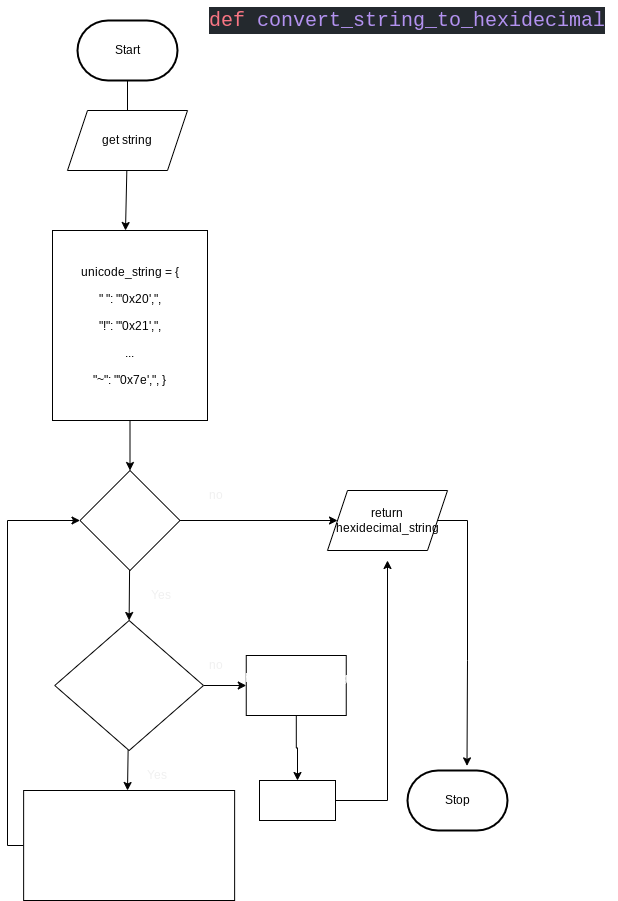
Above: design/flowchart.png in Emmanuel-Fofeyin/ICS3U-Unit6-06-Python (draw.io), before the change. Source tidied: cells renumbered, new cells last; positions are measured from the earlier drawing's top-left corner, leaving out a move shared by most shapes. Its diagram source:
```xml
<mxGraphModel>
  <root>
    <mxCell id="0" />
    <mxCell id="1" parent="0" />
    <mxCell id="2" style="edgeStyle=none;html=1;" parent="1" edge="1" source="3">
      <mxGeometry relative="1" as="geometry">
        <mxPoint x="120" y="130" as="targetPoint" />
      </mxGeometry>
    </mxCell>
    <mxCell id="3" value="Start" style="strokeWidth=2;html=1;shape=mxgraph.flowchart.terminator;whiteSpace=wrap;" parent="1" vertex="1">
      <mxGeometry x="70" y="20" width="100" height="60" as="geometry" />
    </mxCell>
    <mxCell id="4" style="edgeStyle=none;html=1;" parent="1" edge="1" source="5">
      <mxGeometry relative="1" as="geometry">
        <mxPoint x="118" y="230" as="targetPoint" />
      </mxGeometry>
    </mxCell>
    <mxCell id="5" value="get string" style="shape=parallelogram;perimeter=parallelogramPerimeter;whiteSpace=wrap;html=1;fixedSize=1;" parent="1" vertex="1">
      <mxGeometry x="60" y="110" width="120" height="60" as="geometry" />
    </mxCell>
    <mxCell id="6" value="&lt;div style=&quot;color: rgb(225 , 228 , 232) ; background-color: rgb(36 , 41 , 46) ; font-family: &amp;#34;comic mono&amp;#34; , &amp;#34;consolas&amp;#34; , &amp;#34;courier new&amp;#34; , monospace , &amp;#34;consolas&amp;#34; , &amp;#34;courier new&amp;#34; , monospace ; font-weight: normal ; font-size: 20px ; line-height: 27px&quot;&gt;&lt;div style=&quot;font-family: &amp;#34;comic mono&amp;#34; , &amp;#34;consolas&amp;#34; , &amp;#34;courier new&amp;#34; , monospace , &amp;#34;consolas&amp;#34; , &amp;#34;courier new&amp;#34; , monospace ; line-height: 27px&quot;&gt;&lt;span style=&quot;color: #f97583&quot;&gt;def&lt;/span&gt; &lt;span style=&quot;color: #b392f0&quot;&gt;convert_string_to_hexidecimal&lt;/span&gt;&lt;/div&gt;&lt;/div&gt;" style="text;whiteSpace=wrap;html=1;" parent="1" vertex="1">
      <mxGeometry x="200" width="410" height="40" as="geometry" />
    </mxCell>
    <mxCell id="7" style="edgeStyle=none;html=1;" parent="1" edge="1">
      <mxGeometry relative="1" as="geometry">
        <mxPoint x="120" y="290" as="sourcePoint" />
        <mxPoint x="120" y="330" as="targetPoint" />
      </mxGeometry>
    </mxCell>
    <mxCell id="8" style="edgeStyle=none;html=1;entryX=0.5;entryY=0;entryDx=0;entryDy=0;fontSize=12;fontColor=#F0F0F0;" parent="1" edge="1" source="9" target="12">
      <mxGeometry relative="1" as="geometry" />
    </mxCell>
    <mxCell id="9" value="&lt;div style=&quot;line-height: 27px&quot;&gt;&lt;div&gt;    unicode_string = {&lt;/div&gt;&lt;div&gt;&lt;span&gt;&quot; &quot;: &quot;'0x20',&quot;,&lt;/span&gt;&lt;/div&gt;&lt;div&gt;        &quot;!&quot;: &quot;'0x21',&quot;,&lt;/div&gt;&lt;div&gt;...&lt;/div&gt;&lt;div&gt;&lt;div style=&quot;line-height: 27px&quot;&gt;&lt;div&gt;        &quot;~&quot;: &quot;'0x7e',&quot;,&amp;nbsp;}&lt;/div&gt;&lt;/div&gt;&lt;/div&gt;&lt;/div&gt;" style="rounded=0;whiteSpace=wrap;html=1;" parent="1" vertex="1">
      <mxGeometry x="45" y="230" width="155" height="190" as="geometry" />
    </mxCell>
    <mxCell id="10" style="edgeStyle=none;html=1;fontSize=12;fontColor=#F0F0F0;entryX=0.5;entryY=0;entryDx=0;entryDy=0;" parent="1" edge="1" source="12" target="15">
      <mxGeometry relative="1" as="geometry" />
    </mxCell>
    <mxCell id="11" style="edgeStyle=orthogonalEdgeStyle;rounded=0;html=1;fontSize=12;fontColor=#F0F0F0;" parent="1" edge="1" source="12">
      <mxGeometry relative="1" as="geometry">
        <mxPoint x="330" y="520" as="targetPoint" />
      </mxGeometry>
    </mxCell>
    <mxCell id="12" value="&lt;font color=&quot;#ffffff&quot;&gt;for single_ character in string:&lt;/font&gt;" style="rhombus;whiteSpace=wrap;html=1;labelBackgroundColor=none;fontSize=12;fontColor=#F0F0F0;" parent="1" vertex="1">
      <mxGeometry x="72.5" y="470" width="100" height="100" as="geometry" />
    </mxCell>
    <mxCell id="13" style="edgeStyle=none;html=1;fontSize=12;fontColor=#F0F0F0;" parent="1" edge="1" source="15">
      <mxGeometry relative="1" as="geometry">
        <mxPoint x="120" y="790" as="targetPoint" />
      </mxGeometry>
    </mxCell>
    <mxCell id="14" style="edgeStyle=none;html=1;fontSize=12;fontColor=#F0F0F0;entryX=0;entryY=0.5;entryDx=0;entryDy=0;" parent="1" edge="1" source="15" target="25">
      <mxGeometry relative="1" as="geometry" />
    </mxCell>
    <mxCell id="15" value="&lt;font color=&quot;#ffffff&quot;&gt;if single_character in unicode_string:&lt;/font&gt;" style="rhombus;whiteSpace=wrap;html=1;labelBackgroundColor=none;fontSize=12;fontColor=#F0F0F0;" parent="1" vertex="1">
      <mxGeometry x="47.2" y="620" width="148.8" height="130" as="geometry" />
    </mxCell>
    <mxCell id="16" style="edgeStyle=orthogonalEdgeStyle;html=1;entryX=0;entryY=0.5;entryDx=0;entryDy=0;rounded=0;" parent="1" edge="1" source="17" target="12">
      <mxGeometry relative="1" as="geometry">
        <Array as="points">
          <mxPoint y="845" />
          <mxPoint y="520" />
        </Array>
      </mxGeometry>
    </mxCell>
    <mxCell id="17" value="&lt;font color=&quot;#ffffff&quot;&gt;hexidecimal_string += unicode_stringe[single_charachter]&lt;/font&gt;" style="rounded=0;whiteSpace=wrap;html=1;labelBackgroundColor=none;fontSize=12;fontColor=#F0F0F0;" parent="1" vertex="1">
      <mxGeometry x="16.1" y="790" width="211" height="110" as="geometry" />
    </mxCell>
    <mxCell id="18" value="Yes" style="text;html=1;strokeColor=none;fillColor=none;align=center;verticalAlign=middle;whiteSpace=wrap;rounded=0;labelBackgroundColor=none;fontSize=12;fontColor=#F0F0F0;" parent="1" vertex="1">
      <mxGeometry x="120" y="760" width="60" height="30" as="geometry" />
    </mxCell>
    <mxCell id="19" value="Stop" style="strokeWidth=2;html=1;shape=mxgraph.flowchart.terminator;whiteSpace=wrap;" parent="1" vertex="1">
      <mxGeometry x="400" y="770" width="100" height="60" as="geometry" />
    </mxCell>
    <mxCell id="20" value="Yes" style="text;html=1;strokeColor=none;fillColor=none;align=center;verticalAlign=middle;whiteSpace=wrap;rounded=0;labelBackgroundColor=none;fontSize=12;fontColor=#F0F0F0;" parent="1" vertex="1">
      <mxGeometry x="124" y="580" width="60" height="30" as="geometry" />
    </mxCell>
    <mxCell id="21" value="no" style="text;html=1;strokeColor=none;fillColor=none;align=center;verticalAlign=middle;whiteSpace=wrap;rounded=0;labelBackgroundColor=none;fontSize=12;fontColor=#F0F0F0;" parent="1" vertex="1">
      <mxGeometry x="178.8" y="480" width="60" height="30" as="geometry" />
    </mxCell>
    <mxCell id="22" style="edgeStyle=orthogonalEdgeStyle;rounded=0;html=1;entryX=0.595;entryY=-0.077;entryDx=0;entryDy=0;entryPerimeter=0;fontSize=12;fontColor=#F0F0F0;" parent="1" edge="1" source="23" target="19">
      <mxGeometry relative="1" as="geometry">
        <Array as="points">
          <mxPoint x="460" y="520" />
          <mxPoint x="460" y="660" />
        </Array>
      </mxGeometry>
    </mxCell>
    <mxCell id="23" value="return hexidecimal_string" style="shape=parallelogram;perimeter=parallelogramPerimeter;whiteSpace=wrap;html=1;fixedSize=1;" parent="1" vertex="1">
      <mxGeometry x="320" y="490" width="120" height="60" as="geometry" />
    </mxCell>
    <mxCell id="24" style="edgeStyle=orthogonalEdgeStyle;rounded=0;html=1;entryX=0.5;entryY=0;entryDx=0;entryDy=0;fontFamily=Helvetica;" parent="1" edge="1" source="25" target="27">
      <mxGeometry relative="1" as="geometry" />
    </mxCell>
    <mxCell id="25" value="&lt;font color=&quot;#ffffff&quot;&gt;hexidecimal_string += &quot;-1&quot;&lt;/font&gt;" style="rounded=0;whiteSpace=wrap;html=1;labelBackgroundColor=none;fontSize=12;fontColor=#F0F0F0;" parent="1" vertex="1">
      <mxGeometry x="238.8" y="655" width="100" height="60" as="geometry" />
    </mxCell>
    <mxCell id="26" style="edgeStyle=orthogonalEdgeStyle;rounded=0;html=1;" parent="1" edge="1" source="27">
      <mxGeometry relative="1" as="geometry">
        <mxPoint x="380" y="560" as="targetPoint" />
      </mxGeometry>
    </mxCell>
    <mxCell id="27" value="&lt;font color=&quot;#ffffff&quot;&gt;break&lt;/font&gt;" style="rounded=0;whiteSpace=wrap;html=1;labelBackgroundColor=none;fontSize=12;fontColor=#F0F0F0;" parent="1" vertex="1">
      <mxGeometry x="252" y="780" width="76" height="40" as="geometry" />
    </mxCell>
    <mxCell id="28" value="no" style="text;html=1;strokeColor=none;fillColor=none;align=center;verticalAlign=middle;whiteSpace=wrap;rounded=0;labelBackgroundColor=none;fontSize=12;fontColor=#F0F0F0;" parent="1" vertex="1">
      <mxGeometry x="178.8" y="650" width="60" height="30" as="geometry" />
    </mxCell>
  </root>
</mxGraphModel>
```
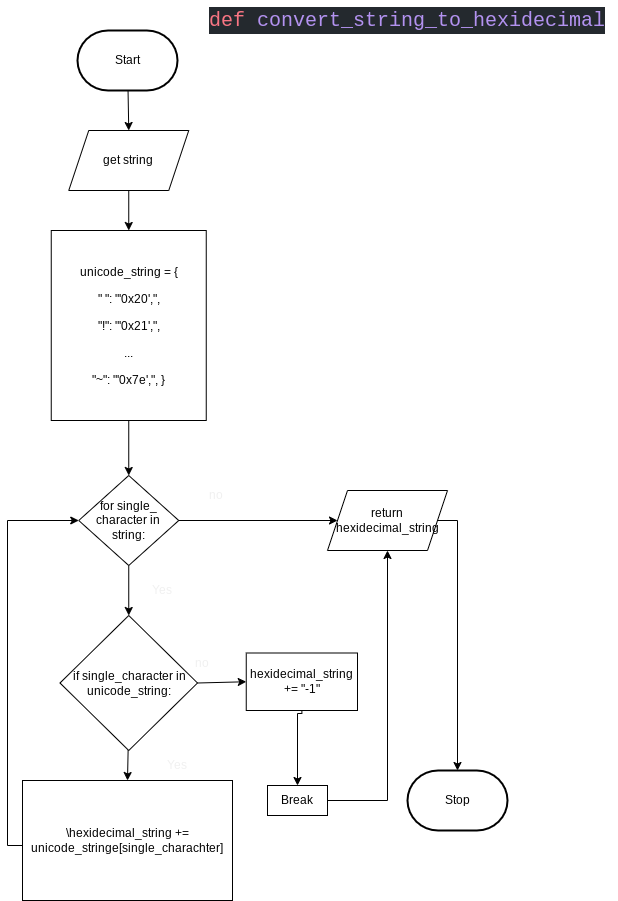
After the change.

The edit, as a diff of the source:
```diff
@@ -2,21 +2,17 @@
   <root>
     <mxCell id="0" />
     <mxCell id="1" parent="0" />
-    <mxCell id="2" style="edgeStyle=none;html=1;" parent="1" edge="1" source="3">
-      <mxGeometry relative="1" as="geometry">
-        <mxPoint x="120" y="130" as="targetPoint" />
-      </mxGeometry>
+    <mxCell id="2" style="edgeStyle=none;html=1;entryX=0.5;entryY=0;entryDx=0;entryDy=0;" parent="1" edge="1" source="3" target="5">
+      <mxGeometry relative="1" as="geometry" />
     </mxCell>
     <mxCell id="3" value="Start" style="strokeWidth=2;html=1;shape=mxgraph.flowchart.terminator;whiteSpace=wrap;" parent="1" vertex="1">
-      <mxGeometry x="70" y="20" width="100" height="60" as="geometry" />
+      <mxGeometry x="70" y="30" width="100" height="60" as="geometry" />
     </mxCell>
-    <mxCell id="4" style="edgeStyle=none;html=1;" parent="1" edge="1" source="5">
-      <mxGeometry relative="1" as="geometry">
-        <mxPoint x="118" y="230" as="targetPoint" />
-      </mxGeometry>
+    <mxCell id="4" style="edgeStyle=none;html=1;entryX=0.5;entryY=0;entryDx=0;entryDy=0;" parent="1" edge="1" source="5" target="9">
+      <mxGeometry relative="1" as="geometry" />
     </mxCell>
     <mxCell id="5" value="get string" style="shape=parallelogram;perimeter=parallelogramPerimeter;whiteSpace=wrap;html=1;fixedSize=1;" parent="1" vertex="1">
-      <mxGeometry x="60" y="110" width="120" height="60" as="geometry" />
+      <mxGeometry x="61.2" y="130" width="120" height="60" as="geometry" />
     </mxCell>
     <mxCell id="6" value="&lt;div style=&quot;color: rgb(225 , 228 , 232) ; background-color: rgb(36 , 41 , 46) ; font-family: &amp;#34;comic mono&amp;#34; , &amp;#34;consolas&amp;#34; , &amp;#34;courier new&amp;#34; , monospace , &amp;#34;consolas&amp;#34; , &amp;#34;courier new&amp;#34; , monospace ; font-weight: normal ; font-size: 20px ; line-height: 27px&quot;&gt;&lt;div style=&quot;font-family: &amp;#34;comic mono&amp;#34; , &amp;#34;consolas&amp;#34; , &amp;#34;courier new&amp;#34; , monospace , &amp;#34;consolas&amp;#34; , &amp;#34;courier new&amp;#34; , monospace ; line-height: 27px&quot;&gt;&lt;span style=&quot;color: #f97583&quot;&gt;def&lt;/span&gt; &lt;span style=&quot;color: #b392f0&quot;&gt;convert_string_to_hexidecimal&lt;/span&gt;&lt;/div&gt;&lt;/div&gt;" style="text;whiteSpace=wrap;html=1;" parent="1" vertex="1">
       <mxGeometry x="200" width="410" height="40" as="geometry" />
@@ -31,80 +27,87 @@
       <mxGeometry relative="1" as="geometry" />
     </mxCell>
     <mxCell id="9" value="&lt;div style=&quot;line-height: 27px&quot;&gt;&lt;div&gt;    unicode_string = {&lt;/div&gt;&lt;div&gt;&lt;span&gt;&quot; &quot;: &quot;'0x20',&quot;,&lt;/span&gt;&lt;/div&gt;&lt;div&gt;        &quot;!&quot;: &quot;'0x21',&quot;,&lt;/div&gt;&lt;div&gt;...&lt;/div&gt;&lt;div&gt;&lt;div style=&quot;line-height: 27px&quot;&gt;&lt;div&gt;        &quot;~&quot;: &quot;'0x7e',&quot;,&amp;nbsp;}&lt;/div&gt;&lt;/div&gt;&lt;/div&gt;&lt;/div&gt;" style="rounded=0;whiteSpace=wrap;html=1;" parent="1" vertex="1">
-      <mxGeometry x="45" y="230" width="155" height="190" as="geometry" />
+      <mxGeometry x="43.8" y="230" width="155" height="190" as="geometry" />
     </mxCell>
-    <mxCell id="10" style="edgeStyle=none;html=1;fontSize=12;fontColor=#F0F0F0;entryX=0.5;entryY=0;entryDx=0;entryDy=0;" parent="1" edge="1" source="12" target="15">
+    <mxCell id="10" style="edgeStyle=none;html=1;fontSize=12;fontColor=#F0F0F0;entryX=0.5;entryY=0;entryDx=0;entryDy=0;exitX=0.5;exitY=1;exitDx=0;exitDy=0;" parent="1" edge="1" source="12" target="15">
       <mxGeometry relative="1" as="geometry" />
     </mxCell>
-    <mxCell id="11" style="edgeStyle=orthogonalEdgeStyle;rounded=0;html=1;fontSize=12;fontColor=#F0F0F0;" parent="1" edge="1" source="12">
+    <mxCell id="11" style="edgeStyle=orthogonalEdgeStyle;rounded=0;html=1;fontSize=12;fontColor=#F0F0F0;exitX=1;exitY=0.5;exitDx=0;exitDy=0;" parent="1" edge="1" source="12">
       <mxGeometry relative="1" as="geometry">
         <mxPoint x="330" y="520" as="targetPoint" />
       </mxGeometry>
     </mxCell>
-    <mxCell id="12" value="&lt;font color=&quot;#ffffff&quot;&gt;for single_ character in string:&lt;/font&gt;" style="rhombus;whiteSpace=wrap;html=1;labelBackgroundColor=none;fontSize=12;fontColor=#F0F0F0;" parent="1" vertex="1">
-      <mxGeometry x="72.5" y="470" width="100" height="100" as="geometry" />
-    </mxCell>
-    <mxCell id="13" style="edgeStyle=none;html=1;fontSize=12;fontColor=#F0F0F0;" parent="1" edge="1" source="15">
+    <mxCell id="13" style="edgeStyle=none;html=1;fontSize=12;fontColor=#F0F0F0;entryX=0.5;entryY=0;entryDx=0;entryDy=0;" parent="1" edge="1" target="29">
       <mxGeometry relative="1" as="geometry">
-        <mxPoint x="120" y="790" as="targetPoint" />
+        <mxPoint x="120.6" y="749.1" as="sourcePoint" />
       </mxGeometry>
     </mxCell>
-    <mxCell id="14" style="edgeStyle=none;html=1;fontSize=12;fontColor=#F0F0F0;entryX=0;entryY=0.5;entryDx=0;entryDy=0;" parent="1" edge="1" source="15" target="25">
+    <mxCell id="14" style="edgeStyle=none;html=1;fontSize=12;fontColor=#F0F0F0;exitX=1;exitY=0.5;exitDx=0;exitDy=0;entryX=0;entryY=0.5;entryDx=0;entryDy=0;" parent="1" edge="1" source="15" target="25">
       <mxGeometry relative="1" as="geometry" />
     </mxCell>
-    <mxCell id="15" value="&lt;font color=&quot;#ffffff&quot;&gt;if single_character in unicode_string:&lt;/font&gt;" style="rhombus;whiteSpace=wrap;html=1;labelBackgroundColor=none;fontSize=12;fontColor=#F0F0F0;" parent="1" vertex="1">
-      <mxGeometry x="47.2" y="620" width="148.8" height="130" as="geometry" />
-    </mxCell>
-    <mxCell id="16" style="edgeStyle=orthogonalEdgeStyle;html=1;entryX=0;entryY=0.5;entryDx=0;entryDy=0;rounded=0;" parent="1" edge="1" source="17" target="12">
+    <mxCell id="16" style="edgeStyle=orthogonalEdgeStyle;html=1;entryX=0;entryY=0.5;entryDx=0;entryDy=0;rounded=0;exitX=0;exitY=0.5;exitDx=0;exitDy=0;" parent="1" edge="1" source="29" target="12">
       <mxGeometry relative="1" as="geometry">
         <Array as="points">
+          <mxPoint x="29" y="840" />
+          <mxPoint x="29" y="845" />
           <mxPoint y="845" />
           <mxPoint y="520" />
         </Array>
       </mxGeometry>
     </mxCell>
-    <mxCell id="17" value="&lt;font color=&quot;#ffffff&quot;&gt;hexidecimal_string += unicode_stringe[single_charachter]&lt;/font&gt;" style="rounded=0;whiteSpace=wrap;html=1;labelBackgroundColor=none;fontSize=12;fontColor=#F0F0F0;" parent="1" vertex="1">
-      <mxGeometry x="16.1" y="790" width="211" height="110" as="geometry" />
-    </mxCell>
     <mxCell id="18" value="Yes" style="text;html=1;strokeColor=none;fillColor=none;align=center;verticalAlign=middle;whiteSpace=wrap;rounded=0;labelBackgroundColor=none;fontSize=12;fontColor=#F0F0F0;" parent="1" vertex="1">
-      <mxGeometry x="120" y="760" width="60" height="30" as="geometry" />
+      <mxGeometry x="140" y="750" width="60" height="30" as="geometry" />
     </mxCell>
     <mxCell id="19" value="Stop" style="strokeWidth=2;html=1;shape=mxgraph.flowchart.terminator;whiteSpace=wrap;" parent="1" vertex="1">
       <mxGeometry x="400" y="770" width="100" height="60" as="geometry" />
     </mxCell>
     <mxCell id="20" value="Yes" style="text;html=1;strokeColor=none;fillColor=none;align=center;verticalAlign=middle;whiteSpace=wrap;rounded=0;labelBackgroundColor=none;fontSize=12;fontColor=#F0F0F0;" parent="1" vertex="1">
-      <mxGeometry x="124" y="580" width="60" height="30" as="geometry" />
+      <mxGeometry x="135" y="580" width="40" height="20" as="geometry" />
     </mxCell>
     <mxCell id="21" value="no" style="text;html=1;strokeColor=none;fillColor=none;align=center;verticalAlign=middle;whiteSpace=wrap;rounded=0;labelBackgroundColor=none;fontSize=12;fontColor=#F0F0F0;" parent="1" vertex="1">
       <mxGeometry x="178.8" y="480" width="60" height="30" as="geometry" />
     </mxCell>
-    <mxCell id="22" style="edgeStyle=orthogonalEdgeStyle;rounded=0;html=1;entryX=0.595;entryY=-0.077;entryDx=0;entryDy=0;entryPerimeter=0;fontSize=12;fontColor=#F0F0F0;" parent="1" edge="1" source="23" target="19">
+    <mxCell id="22" style="edgeStyle=orthogonalEdgeStyle;rounded=0;html=1;entryX=0.5;entryY=0;entryDx=0;entryDy=0;entryPerimeter=0;fontSize=12;fontColor=#F0F0F0;" parent="1" edge="1" source="23" target="19">
       <mxGeometry relative="1" as="geometry">
         <Array as="points">
-          <mxPoint x="460" y="520" />
-          <mxPoint x="460" y="660" />
+          <mxPoint x="450" y="520" />
         </Array>
       </mxGeometry>
     </mxCell>
     <mxCell id="23" value="return hexidecimal_string" style="shape=parallelogram;perimeter=parallelogramPerimeter;whiteSpace=wrap;html=1;fixedSize=1;" parent="1" vertex="1">
       <mxGeometry x="320" y="490" width="120" height="60" as="geometry" />
     </mxCell>
-    <mxCell id="24" style="edgeStyle=orthogonalEdgeStyle;rounded=0;html=1;entryX=0.5;entryY=0;entryDx=0;entryDy=0;fontFamily=Helvetica;" parent="1" edge="1" source="25" target="27">
-      <mxGeometry relative="1" as="geometry" />
+    <mxCell id="24" style="edgeStyle=orthogonalEdgeStyle;rounded=0;html=1;entryX=0.5;entryY=0;entryDx=0;entryDy=0;fontFamily=Helvetica;exitX=0.5;exitY=1;exitDx=0;exitDy=0;" parent="1" edge="1" source="25" target="30">
+      <mxGeometry relative="1" as="geometry">
+        <Array as="points">
+          <mxPoint x="290" y="713" />
+        </Array>
+      </mxGeometry>
     </mxCell>
+    <mxCell id="26" style="edgeStyle=orthogonalEdgeStyle;rounded=0;html=1;entryX=0.5;entryY=1;entryDx=0;entryDy=0;exitX=1;exitY=0.5;exitDx=0;exitDy=0;" parent="1" edge="1" source="30" target="23">
+      <mxGeometry relative="1" as="geometry">
+        <Array as="points">
+          <mxPoint x="380" y="800" />
+        </Array>
+      </mxGeometry>
+    </mxCell>
+    <mxCell id="28" value="no" style="text;html=1;strokeColor=none;fillColor=none;align=center;verticalAlign=middle;whiteSpace=wrap;rounded=0;labelBackgroundColor=none;fontSize=12;fontColor=#F0F0F0;" parent="1" vertex="1">
+      <mxGeometry x="175" y="652.5" width="38.8" height="20" as="geometry" />
+    </mxCell>
+    <mxCell id="15" value="&lt;font color=&quot;#000000&quot;&gt;if single_character in unicode_string:&lt;/font&gt;" style="rhombus;whiteSpace=wrap;html=1;fontColor=#FFFFFF;" parent="1" vertex="1">
+      <mxGeometry x="52.5" y="615" width="137.5" height="135" as="geometry" />
+    </mxCell>
+    <mxCell id="29" value="&lt;font color=&quot;#000000&quot;&gt;\hexidecimal_string += unicode_stringe[single_charachter]&lt;/font&gt;" style="rounded=0;whiteSpace=wrap;html=1;fontColor=#FFFFFF;" parent="1" vertex="1">
+      <mxGeometry x="15" y="780" width="210" height="120" as="geometry" />
+    </mxCell>
+    <mxCell id="30" value="&lt;font color=&quot;#000000&quot;&gt;Break&lt;/font&gt;" style="rounded=0;whiteSpace=wrap;html=1;fontColor=#FFFFFF;" parent="1" vertex="1">
+      <mxGeometry x="260" y="785" width="60" height="30" as="geometry" />
+    </mxCell>
-    <mxCell id="25" value="&lt;font color=&quot;#ffffff&quot;&gt;hexidecimal_string += &quot;-1&quot;&lt;/font&gt;" style="rounded=0;whiteSpace=wrap;html=1;labelBackgroundColor=none;fontSize=12;fontColor=#F0F0F0;" parent="1" vertex="1">
-      <mxGeometry x="238.8" y="655" width="100" height="60" as="geometry" />
+    <mxCell id="25" value="&lt;span&gt;&lt;font color=&quot;#000000&quot;&gt;hexidecimal_string += &quot;-1&quot;&lt;/font&gt;&lt;/span&gt;" style="rounded=0;whiteSpace=wrap;html=1;fontColor=#FFFFFF;" parent="1" vertex="1">
+      <mxGeometry x="238.8" y="652.5" width="111.2" height="57.5" as="geometry" />
     </mxCell>
-    <mxCell id="26" style="edgeStyle=orthogonalEdgeStyle;rounded=0;html=1;" parent="1" edge="1" source="27">
-      <mxGeometry relative="1" as="geometry">
-        <mxPoint x="380" y="560" as="targetPoint" />
-      </mxGeometry>
-    </mxCell>
-    <mxCell id="27" value="&lt;font color=&quot;#ffffff&quot;&gt;break&lt;/font&gt;" style="rounded=0;whiteSpace=wrap;html=1;labelBackgroundColor=none;fontSize=12;fontColor=#F0F0F0;" parent="1" vertex="1">
-      <mxGeometry x="252" y="780" width="76" height="40" as="geometry" />
-    </mxCell>
-    <mxCell id="28" value="no" style="text;html=1;strokeColor=none;fillColor=none;align=center;verticalAlign=middle;whiteSpace=wrap;rounded=0;labelBackgroundColor=none;fontSize=12;fontColor=#F0F0F0;" parent="1" vertex="1">
-      <mxGeometry x="178.8" y="650" width="60" height="30" as="geometry" />
-    </mxCell>
+    <mxCell id="12" value="&lt;font color=&quot;#000000&quot;&gt;for single_ character in string:&lt;/font&gt;" style="rhombus;whiteSpace=wrap;html=1;fontColor=#FFFFFF;" parent="1" vertex="1">
+      <mxGeometry x="71.2" y="475" width="100" height="90" as="geometry" />
+    </mxCell>
   </root>
 </mxGraphModel>
```
